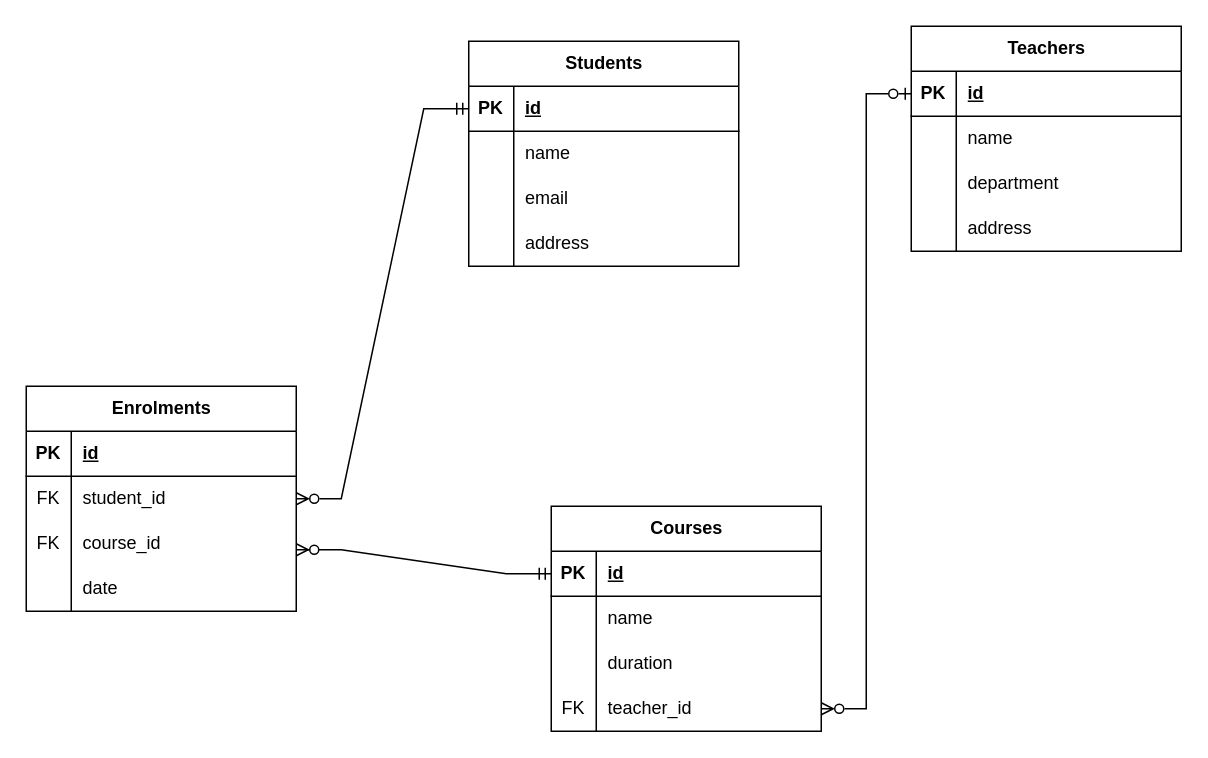
This is lms.drawio from nurseincode/build-an-api, a draw.io file, before an edit. Source tidied: cells renumbered, new cells numbered last; positions are measured from the earlier drawing's top-left corner, leaving out a move shared by most shapes. Both pictures are drawn from the tidied source at 150%, with x=0, y=0 at pixel (26, 26).
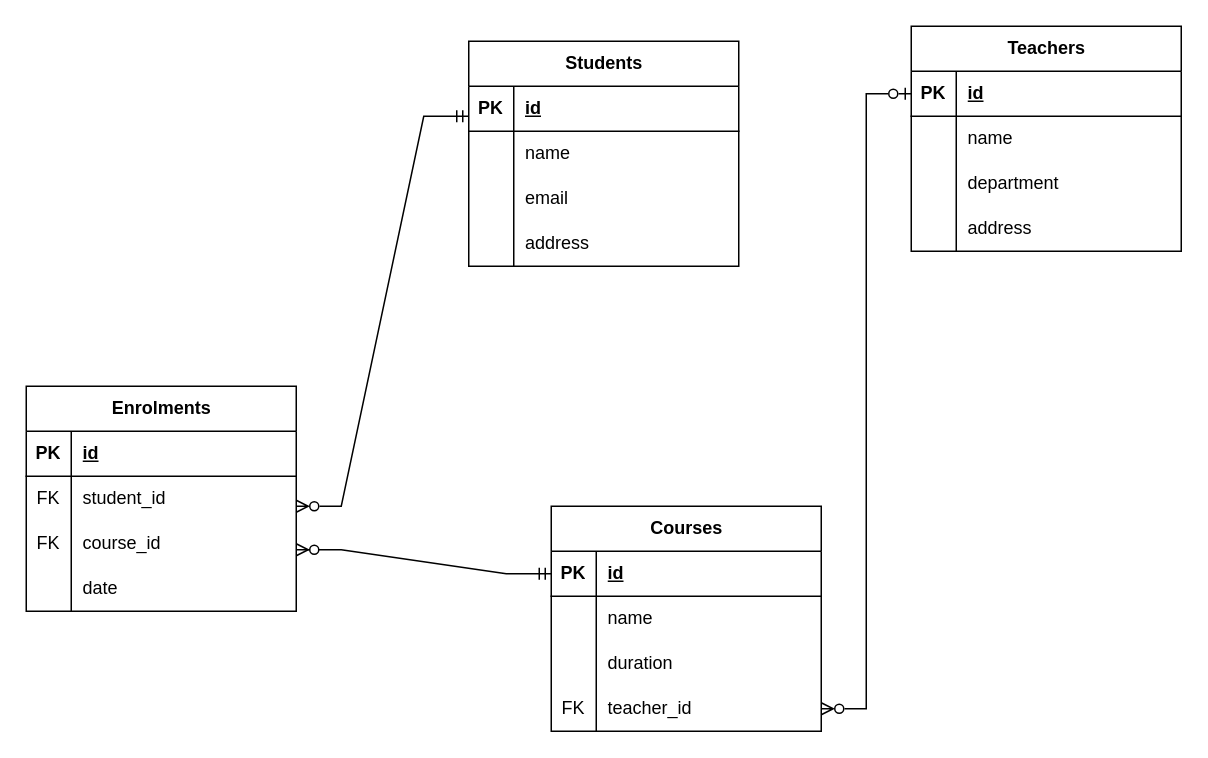
After the change.

The change refers to these unchanged cells:
```xml
<mxCell id="3" style="shape=tableRow;horizontal=0;startSize=0;swimlaneHead=0;swimlaneBody=0;fillColor=none;points=[[0,0.5],[1,0.5]];portConstraint=eastwest;top=0;left=0;right=0;bottom=1;" parent="2" vertex="1">
  <mxGeometry y="30" width="180" height="30" as="geometry" />
</mxCell>
<mxCell id="46" style="shape=tableRow;horizontal=0;startSize=0;swimlaneHead=0;swimlaneBody=0;fillColor=none;points=[[0,0.5],[1,0.5]];portConstraint=eastwest;top=0;left=0;right=0;bottom=0;" parent="42" vertex="1">
  <mxGeometry y="60" width="180" height="30" as="geometry" />
</mxCell>
```

Change to the diagram source:
```diff
@@
-    <mxCell id="55" style="edgeStyle=entityRelationEdgeStyle;fontSize=12;html=1;endArrow=ERmandOne;startArrow=ERzeroToMany;rounded=0;startFill=0;endFill=0;exitX=1;exitY=0.5;exitDx=0;exitDy=0;entryX=0;entryY=0.5;entryDx=0;entryDy=0;" parent="1" edge="1" source="46" target="3">
-      <mxGeometry relative="1" as="geometry" />
+    <mxCell id="55" style="edgeStyle=entityRelationEdgeStyle;fontSize=12;html=1;endArrow=ERmandOne;startArrow=ERzeroToMany;rounded=0;startFill=0;endFill=0;exitX=1;exitY=0.5;exitDx=0;exitDy=0;entryX=0;entryY=0.5;entryDx=0;entryDy=0;" parent="1" edge="1">
+      <mxGeometry relative="1" as="geometry">
+        <mxPoint x="180" y="320" as="sourcePoint" />
+        <mxPoint x="295" y="60" as="targetPoint" />
+      </mxGeometry>
     </mxCell>
```
